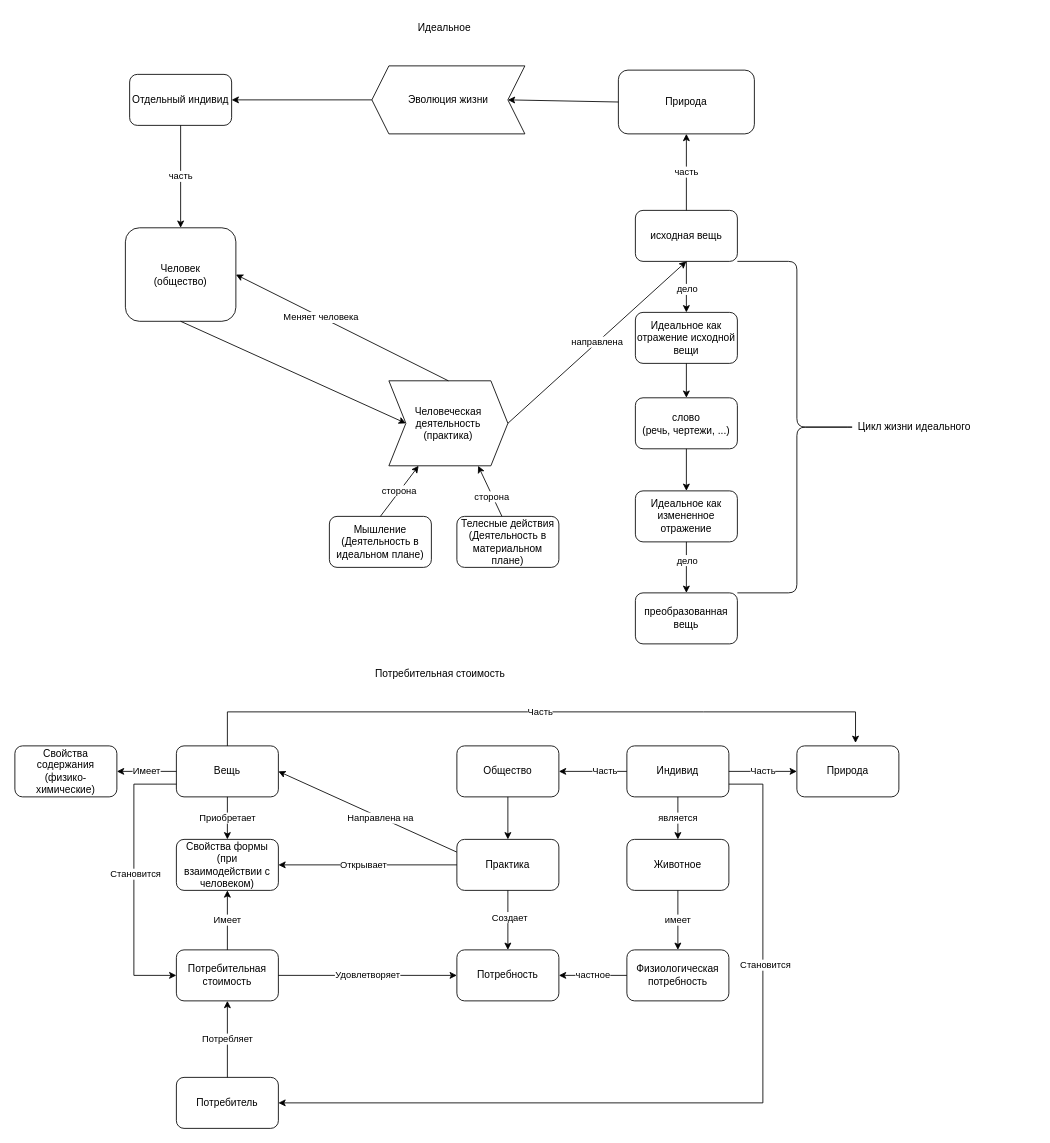
The draw.io diagram diagrams.drawio in alukyanov/diagrams, before the edit. Source tidied: cells renumbered, new cells numbered last; positions are measured from the earlier drawing's top-left corner, leaving out a move shared by most shapes. Both pictures are drawn from the tidied source at 85%, with x=0, y=0 at pixel (14, 14).
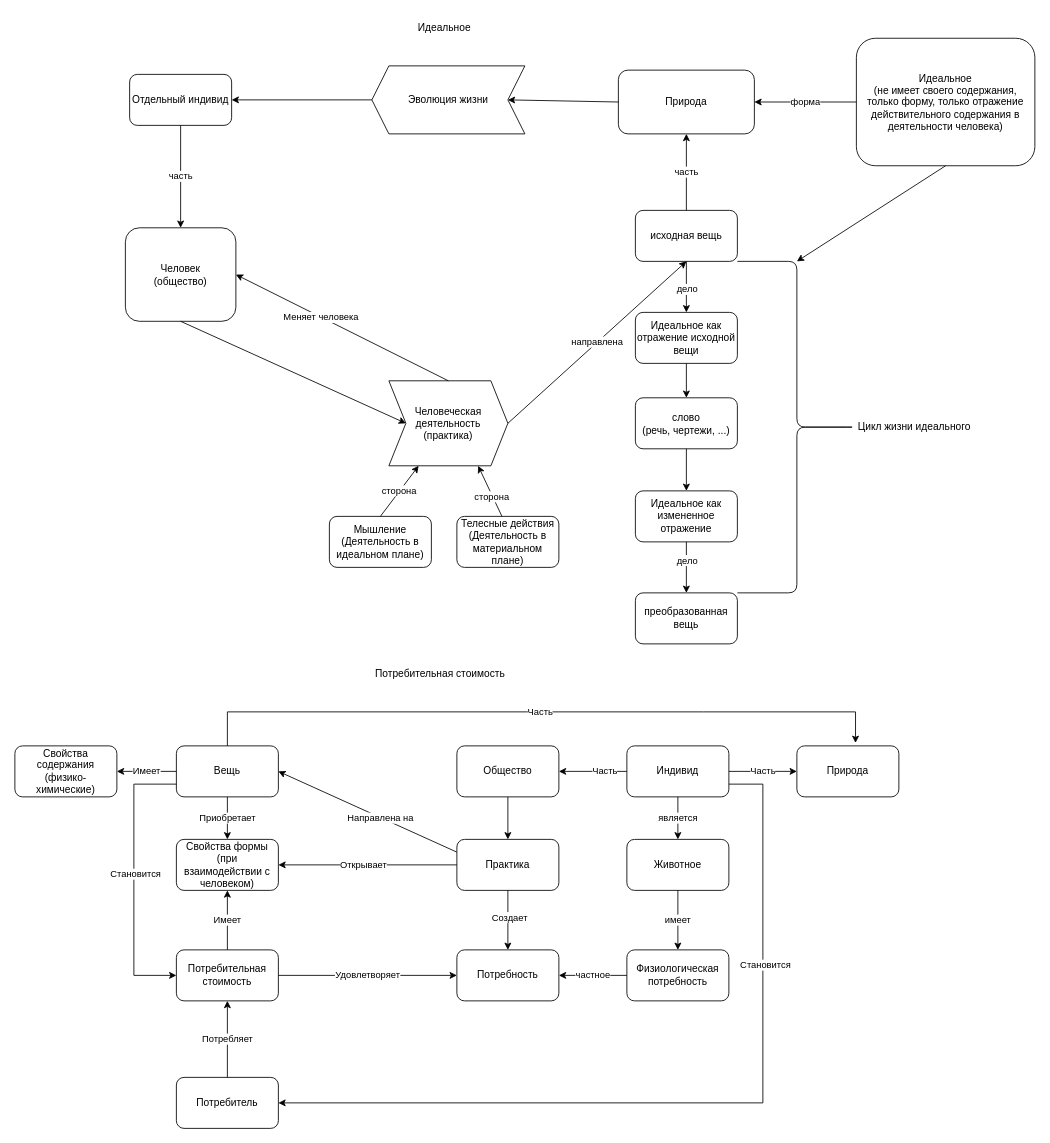
The same page after the edit.

Commit message:
идеальное как форма природы

The change refers to these unchanged cells:
```xml
<mxCell id="5" value="Природа" style="rounded=1;whiteSpace=wrap;html=1;" parent="1" vertex="1">
  <mxGeometry x="710" y="65" width="160" height="75" as="geometry" />
</mxCell>
<mxCell id="32" value="Цикл жизни идеального&amp;nbsp;" style="shape=curlyBracket;whiteSpace=wrap;html=1;rounded=1;flipH=1;labelPosition=right;verticalLabelPosition=middle;align=left;verticalAlign=middle;" parent="21" vertex="1">
  <mxGeometry x="120" width="140" height="390" as="geometry" />
</mxCell>
```

What changed in the source:
```diff
@@
+    <mxCell id="70" value="Идеальное&lt;br&gt;(не имеет своего содержания, только форму, только отражение действительного содержания в деятельности человека)" style="rounded=1;whiteSpace=wrap;html=1;" parent="1" vertex="1">
+      <mxGeometry x="990" y="27.5" width="210" height="150" as="geometry" />
+    </mxCell>
+    <mxCell id="71" value="форма" style="endArrow=classic;html=1;rounded=0;entryX=1;entryY=0.5;entryDx=0;entryDy=0;" parent="1" edge="1" source="70" target="5">
+      <mxGeometry relative="1" as="geometry" />
+    </mxCell>
+    <mxCell id="72" style="endArrow=classic;html=1;rounded=0;entryX=0.5;entryY=0;entryDx=0;entryDy=0;exitX=0.5;exitY=1;exitDx=0;exitDy=0;" parent="1" edge="1" source="70" target="32">
+      <mxGeometry relative="1" as="geometry" />
+    </mxCell>
```
